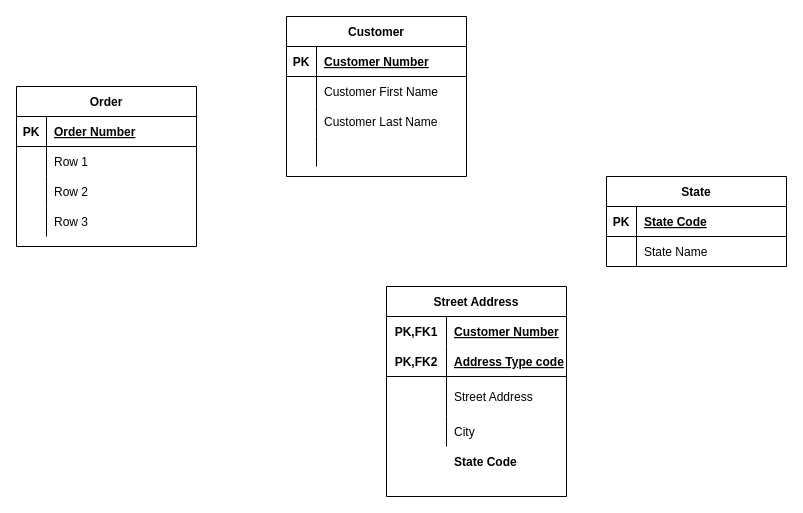
Before: Untitled Diagram.drawio in YusiXie/intro, a draw.io diagram. Source tidied: cells renumbered, new cells numbered last; positions are measured from the earlier drawing's top-left corner, leaving out a move shared by most shapes. Both pictures are drawn from the tidied source at 100%, with x=0, y=0 at pixel (16, 16).
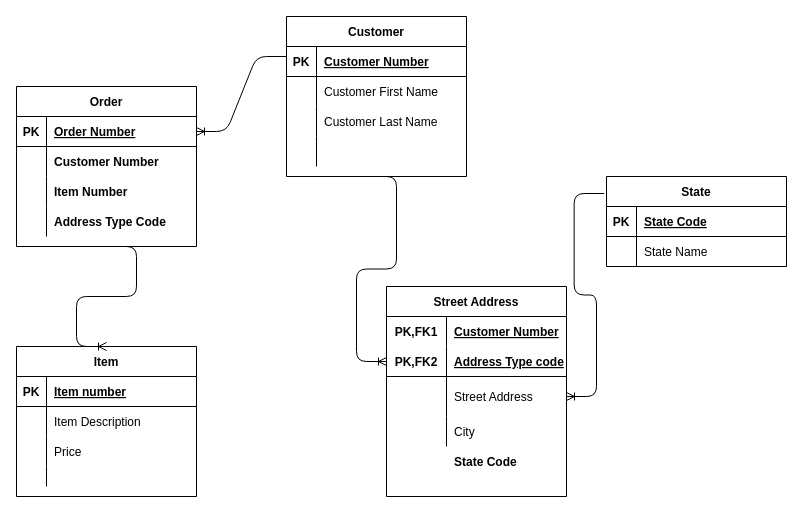
The same page after the edit.

Unchanged cells that the change refers to:
```xml
<mxCell id="2" value="Customer" style="shape=table;startSize=30;childLayout=tableLayout;rowLines=0;fontStyle=1;align=center;" parent="1" vertex="1">
  <mxGeometry x="270" width="180" height="160" as="geometry" />
</mxCell>
<mxCell id="19" style="shape=partialRectangle;fillColor=none;top=0;left=0;bottom=1;right=0;points=[[0,0.5],[1,0.5]];portConstraint=eastwest;" parent="15" vertex="1">
  <mxGeometry y="60" width="180" height="30" as="geometry" />
</mxCell>
<mxCell id="22" style="shape=partialRectangle;fillColor=none;top=0;left=0;bottom=0;right=0;points=[[0,0.5],[1,0.5]];portConstraint=eastwest;" parent="15" vertex="1">
  <mxGeometry y="90" width="180" height="40" as="geometry" />
</mxCell>
<mxCell id="31" value="State" style="shape=table;startSize=30;childLayout=tableLayout;rowLines=0;fontStyle=1;align=center;" parent="1" vertex="1">
  <mxGeometry x="590" y="160" width="180" height="90" as="geometry" />
</mxCell>
<mxCell id="38" value="Order" style="shape=table;startSize=30;childLayout=tableLayout;rowLines=0;fontStyle=1;align=center;" parent="1" vertex="1">
  <mxGeometry y="70" width="180" height="160" as="geometry" />
</mxCell>
<mxCell id="39" style="shape=partialRectangle;fillColor=none;top=0;left=0;bottom=1;right=0;points=[[0,0.5],[1,0.5]];portConstraint=eastwest;" parent="38" vertex="1">
  <mxGeometry y="30" width="180" height="30" as="geometry" />
</mxCell>
<mxCell id="42" style="shape=partialRectangle;fillColor=none;top=0;left=0;bottom=0;right=0;" parent="38" vertex="1">
  <mxGeometry y="60" width="180" height="30" as="geometry" />
</mxCell>
<mxCell id="45" style="shape=partialRectangle;fillColor=none;top=0;left=0;bottom=0;right=0;" parent="38" vertex="1">
  <mxGeometry y="90" width="180" height="30" as="geometry" />
</mxCell>
<mxCell id="48" style="shape=partialRectangle;fillColor=none;top=0;left=0;bottom=0;right=0;" parent="38" vertex="1">
  <mxGeometry y="120" width="180" height="30" as="geometry" />
</mxCell>
```

Diff of the diagram source:
```diff
@@
-    <mxCell id="44" value="Row 1" style="shape=partialRectangle;fillColor=none;top=0;left=0;bottom=0;right=0;align=left;spacingLeft=6;overflow=hidden;" parent="42" vertex="1">
+    <mxCell id="44" value="Customer Number" style="shape=partialRectangle;fillColor=none;top=0;left=0;bottom=0;right=0;align=left;spacingLeft=6;overflow=hidden;fontStyle=1;" parent="42" vertex="1">
       <mxGeometry x="30" width="150" height="30" as="geometry" />
     </mxCell>
@@
-    <mxCell id="47" value="Row 2" style="shape=partialRectangle;fillColor=none;top=0;left=0;bottom=0;right=0;align=left;spacingLeft=6;overflow=hidden;" parent="45" vertex="1">
+    <mxCell id="47" value="Item Number" style="shape=partialRectangle;fillColor=none;top=0;left=0;bottom=0;right=0;align=left;spacingLeft=6;overflow=hidden;fontStyle=1;" parent="45" vertex="1">
       <mxGeometry x="30" width="150" height="30" as="geometry" />
     </mxCell>
@@
-    <mxCell id="50" value="Row 3" style="shape=partialRectangle;fillColor=none;top=0;left=0;bottom=0;right=0;align=left;spacingLeft=6;overflow=hidden;" parent="48" vertex="1">
+    <mxCell id="50" value="Address Type Code" style="shape=partialRectangle;fillColor=none;top=0;left=0;bottom=0;right=0;align=left;spacingLeft=6;overflow=hidden;fontStyle=1;" parent="48" vertex="1">
       <mxGeometry x="30" width="150" height="30" as="geometry" />
     </mxCell>
+    <mxCell id="51" value="Item" style="shape=table;startSize=30;childLayout=tableLayout;rowLines=0;fontStyle=1;align=center;" parent="1" vertex="1">
+      <mxGeometry y="330" width="180" height="150" as="geometry" />
+    </mxCell>
+    <mxCell id="52" style="shape=partialRectangle;fillColor=none;top=0;left=0;bottom=1;right=0;" parent="51" vertex="1">
+      <mxGeometry y="30" width="180" height="30" as="geometry" />
+    </mxCell>
+    <mxCell id="53" value="PK" style="shape=partialRectangle;fillColor=none;top=0;left=0;bottom=0;right=0;fontStyle=1;overflow=hidden;" parent="52" vertex="1">
+      <mxGeometry width="30" height="30" as="geometry" />
+    </mxCell>
+    <mxCell id="54" value="Item number" style="shape=partialRectangle;fillColor=none;top=0;left=0;bottom=0;right=0;align=left;spacingLeft=6;fontStyle=5;overflow=hidden;" parent="52" vertex="1">
+      <mxGeometry x="30" width="150" height="30" as="geometry" />
+    </mxCell>
+    <mxCell id="55" style="shape=partialRectangle;fillColor=none;top=0;left=0;bottom=0;right=0;" parent="51" vertex="1">
+      <mxGeometry y="60" width="180" height="30" as="geometry" />
+    </mxCell>
+    <mxCell id="56" style="shape=partialRectangle;fillColor=none;top=0;left=0;bottom=0;right=0;overflow=hidden;" parent="55" vertex="1">
+      <mxGeometry width="30" height="30" as="geometry" />
+    </mxCell>
+    <mxCell id="57" value="Item Description" style="shape=partialRectangle;fillColor=none;top=0;left=0;bottom=0;right=0;align=left;spacingLeft=6;overflow=hidden;" parent="55" vertex="1">
+      <mxGeometry x="30" width="150" height="30" as="geometry" />
+    </mxCell>
+    <mxCell id="58" style="shape=partialRectangle;fillColor=none;top=0;left=0;bottom=0;right=0;" parent="51" vertex="1">
+      <mxGeometry y="90" width="180" height="30" as="geometry" />
+    </mxCell>
+    <mxCell id="59" style="shape=partialRectangle;fillColor=none;top=0;left=0;bottom=0;right=0;overflow=hidden;" parent="58" vertex="1">
+      <mxGeometry width="30" height="30" as="geometry" />
+    </mxCell>
+    <mxCell id="60" value="Price" style="shape=partialRectangle;fillColor=none;top=0;left=0;bottom=0;right=0;align=left;spacingLeft=6;overflow=hidden;" parent="58" vertex="1">
+      <mxGeometry x="30" width="150" height="30" as="geometry" />
+    </mxCell>
+    <mxCell id="61" style="shape=partialRectangle;fillColor=none;top=0;left=0;bottom=0;right=0;" parent="51" vertex="1">
+      <mxGeometry y="120" width="180" height="20" as="geometry" />
+    </mxCell>
+    <mxCell id="62" style="shape=partialRectangle;fillColor=none;top=0;left=0;bottom=0;right=0;overflow=hidden;" parent="61" vertex="1">
+      <mxGeometry width="30" height="20" as="geometry" />
+    </mxCell>
+    <mxCell id="63" style="shape=partialRectangle;fillColor=none;top=0;left=0;bottom=0;right=0;align=left;spacingLeft=6;overflow=hidden;" parent="61" vertex="1">
+      <mxGeometry x="30" width="150" height="20" as="geometry" />
+    </mxCell>
+    <mxCell id="64" style="edgeStyle=entityRelationEdgeStyle;fontSize=12;html=1;endArrow=ERoneToMany;exitX=0;exitY=0.25;exitDx=0;exitDy=0;entryX=1;entryY=0.5;entryDx=0;entryDy=0;" parent="1" edge="1" source="2" target="39">
+      <mxGeometry relative="1" as="geometry" />
+    </mxCell>
+    <mxCell id="65" style="edgeStyle=entityRelationEdgeStyle;fontSize=12;html=1;endArrow=ERoneToMany;entryX=0;entryY=0.5;entryDx=0;entryDy=0;" parent="1" edge="1" target="19">
+      <mxGeometry relative="1" as="geometry">
+        <mxPoint x="350" y="160" as="sourcePoint" />
+      </mxGeometry>
+    </mxCell>
+    <mxCell id="66" style="edgeStyle=entityRelationEdgeStyle;fontSize=12;html=1;endArrow=ERoneToMany;exitX=0.5;exitY=1;exitDx=0;exitDy=0;entryX=0.5;entryY=0;entryDx=0;entryDy=0;" parent="1" edge="1" source="38" target="51">
+      <mxGeometry relative="1" as="geometry" />
+    </mxCell>
+    <mxCell id="67" style="edgeStyle=entityRelationEdgeStyle;fontSize=12;html=1;endArrow=ERoneToMany;exitX=-0.013;exitY=0.189;exitDx=0;exitDy=0;exitPerimeter=0;" parent="1" edge="1" source="31" target="22">
+      <mxGeometry relative="1" as="geometry" />
+    </mxCell>
```
